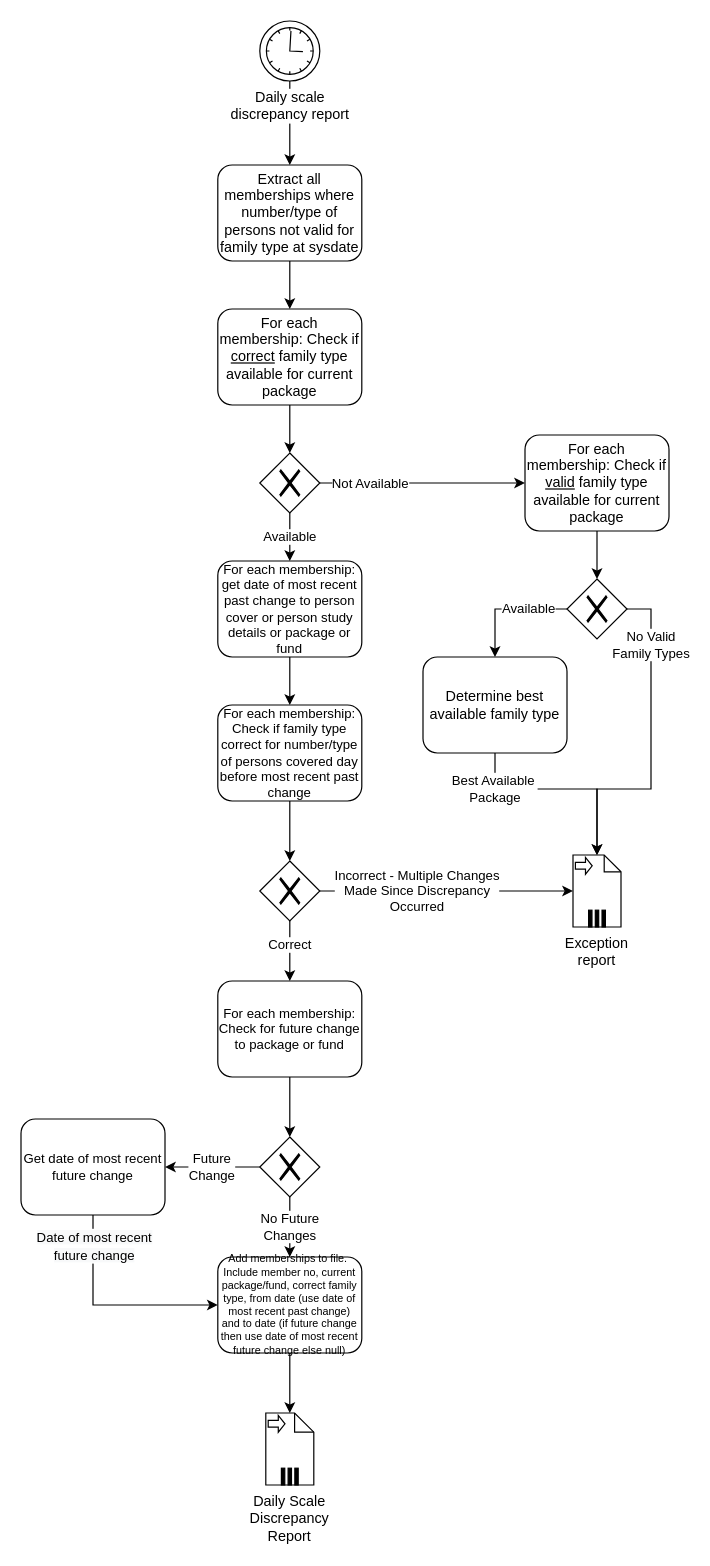
Before: page "Build Report" (2 of 2) of Scale Discrepancy Diagram.drawio in pcarrol/Bonus, a draw.io diagram. Source tidied: cells renumbered, new cells numbered last; positions are measured from the earlier drawing's top-left corner, leaving out a move shared by most shapes. Both pictures are drawn from the tidied source at 120%, with x=0, y=0 at pixel (20, 20).
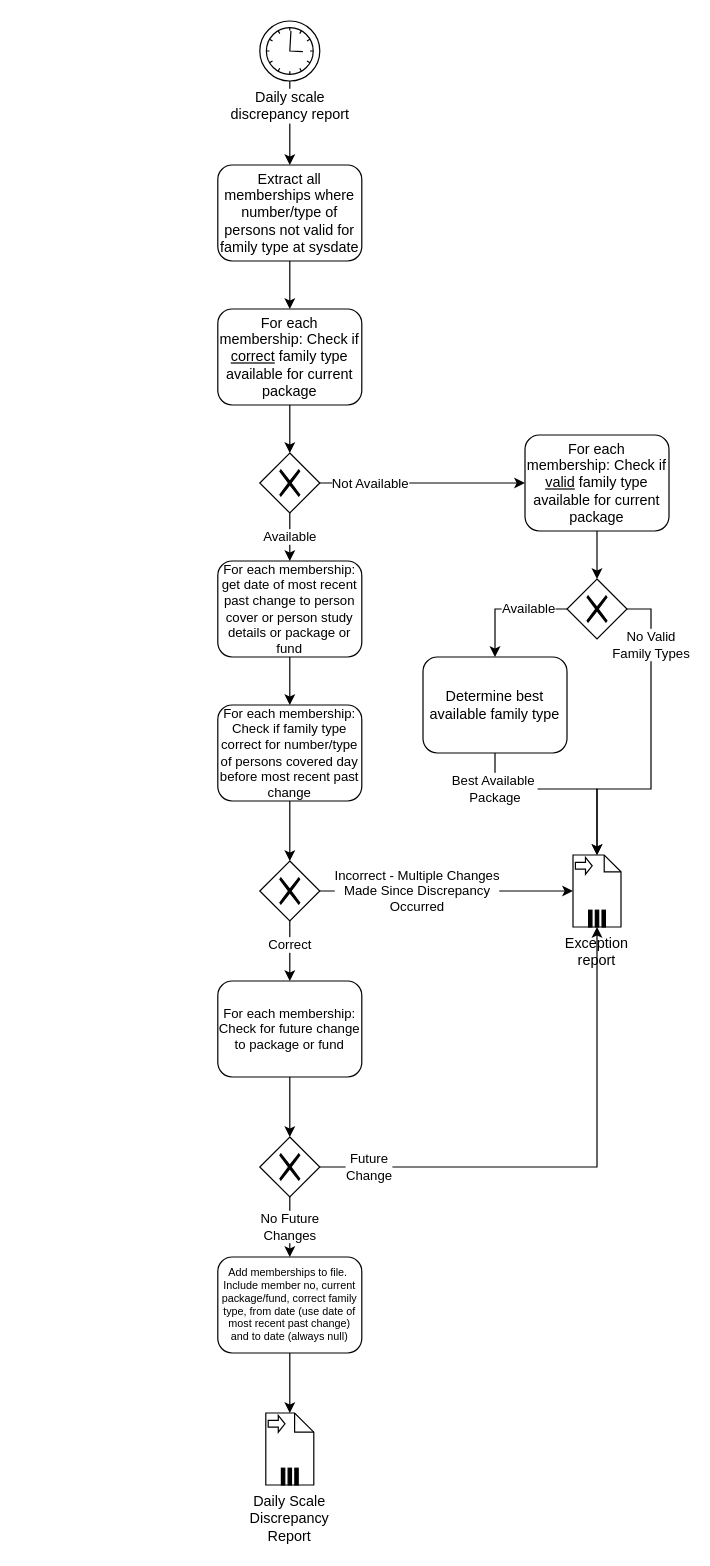
The same page after the edit.

The change refers to these unchanged cells:
```xml
<mxCell id="12" value="Exception report" style="shape=note;whiteSpace=wrap;size=14;html=1;labelPosition=center;verticalLabelPosition=bottom;align=center;verticalAlign=top;" parent="1" vertex="1">
  <mxGeometry x="460" y="695" width="40" height="60" as="geometry" />
</mxCell>
<mxCell id="33" style="shape=mxgraph.bpmn.shape;html=1;verticalLabelPosition=bottom;labelBackgroundColor=#ffffff;verticalAlign=top;align=center;perimeter=rhombusPerimeter;background=gateway;outlineConnect=0;outline=none;symbol=exclusiveGw;fontSize=11;" parent="1" vertex="1">
  <mxGeometry x="199" y="930" width="50" height="50" as="geometry" />
</mxCell>
```

What changed in the source:
```diff
@@
-    <mxCell id="31" value="Future &lt;br&gt;Change" style="edgeStyle=orthogonalEdgeStyle;rounded=0;jettySize=auto;html=1;fontSize=11;align=center;" parent="1" edge="1" source="33" target="36">
-      <mxGeometry relative="1" as="geometry" />
+    <mxCell id="31" value="Future &lt;br&gt;Change" style="edgeStyle=orthogonalEdgeStyle;rounded=0;jettySize=auto;html=1;fontSize=11;align=center;exitX=1;exitY=0.5;exitDx=0;exitDy=0;entryX=0.5;entryY=1;entryDx=0;entryDy=0;entryPerimeter=0;" parent="1" edge="1" source="33" target="12">
+      <mxGeometry x="-0.81" relative="1" as="geometry" />
     </mxCell>
@@
-    <mxCell id="34" style="edgeStyle=orthogonalEdgeStyle;rounded=0;jettySize=auto;html=1;exitX=0.5;exitY=1;exitDx=0;exitDy=0;entryX=0;entryY=0.5;entryDx=0;entryDy=0;fontSize=11;align=center;" parent="1" edge="1" source="36" target="38">
-      <mxGeometry relative="1" as="geometry" />
-    </mxCell>
-    <mxCell id="35" value="&lt;span style=&quot;font-size: 11px ; background-color: rgb(248 , 249 , 250)&quot;&gt;Date of most recent &lt;br&gt;future change&lt;/span&gt;" style="edgeLabel;html=1;align=center;verticalAlign=middle;fontSize=12;" parent="34" vertex="1">
-      <mxGeometry x="-0.46" relative="1" as="geometry">
-        <mxPoint y="-23" as="offset" />
-      </mxGeometry>
-    </mxCell>
-    <mxCell id="36" value="&lt;span&gt;Get date of most recent future change&lt;/span&gt;" style="shape=ext;rounded=1;html=1;whiteSpace=wrap;fontSize=11;" parent="1" vertex="1">
-      <mxGeometry y="915" width="120" height="80" as="geometry" />
-    </mxCell>
@@
-    <mxCell id="38" value="Add memberships to file.&amp;nbsp; Include member no, current package/fund, correct family type, from date (use date of most recent past change) and to date (if future change then use date of most recent future change else null)" style="shape=ext;rounded=1;html=1;whiteSpace=wrap;fontSize=9;" parent="1" vertex="1">
+    <mxCell id="38" value="Add memberships to file.&amp;nbsp; Include member no, current package/fund, correct family type, from date (use date of most recent past change) and to date (always null)" style="shape=ext;rounded=1;html=1;whiteSpace=wrap;fontSize=9;" parent="1" vertex="1">
       <mxGeometry x="164" y="1030" width="120" height="80" as="geometry" />
     </mxCell>
```
